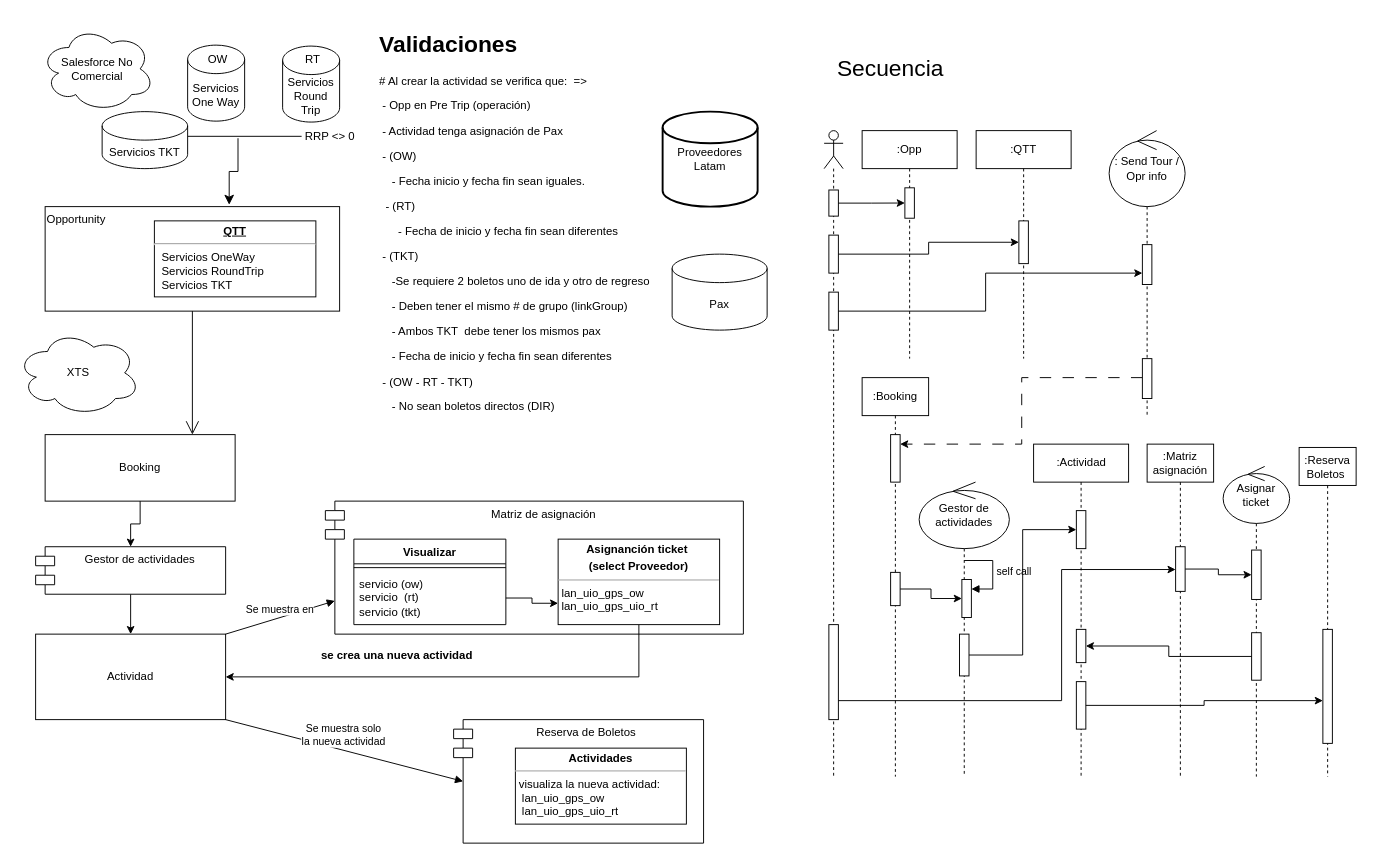
Before: OneWay - RoundTrip.drawio in TecladoZurdo/UML, a draw.io diagram. Source tidied: cells renumbered, new cells numbered last; positions are measured from the earlier drawing's top-left corner, leaving out a move shared by most shapes. Both pictures are drawn from the tidied source at 95%, with x=0, y=0 at pixel (16, 26).
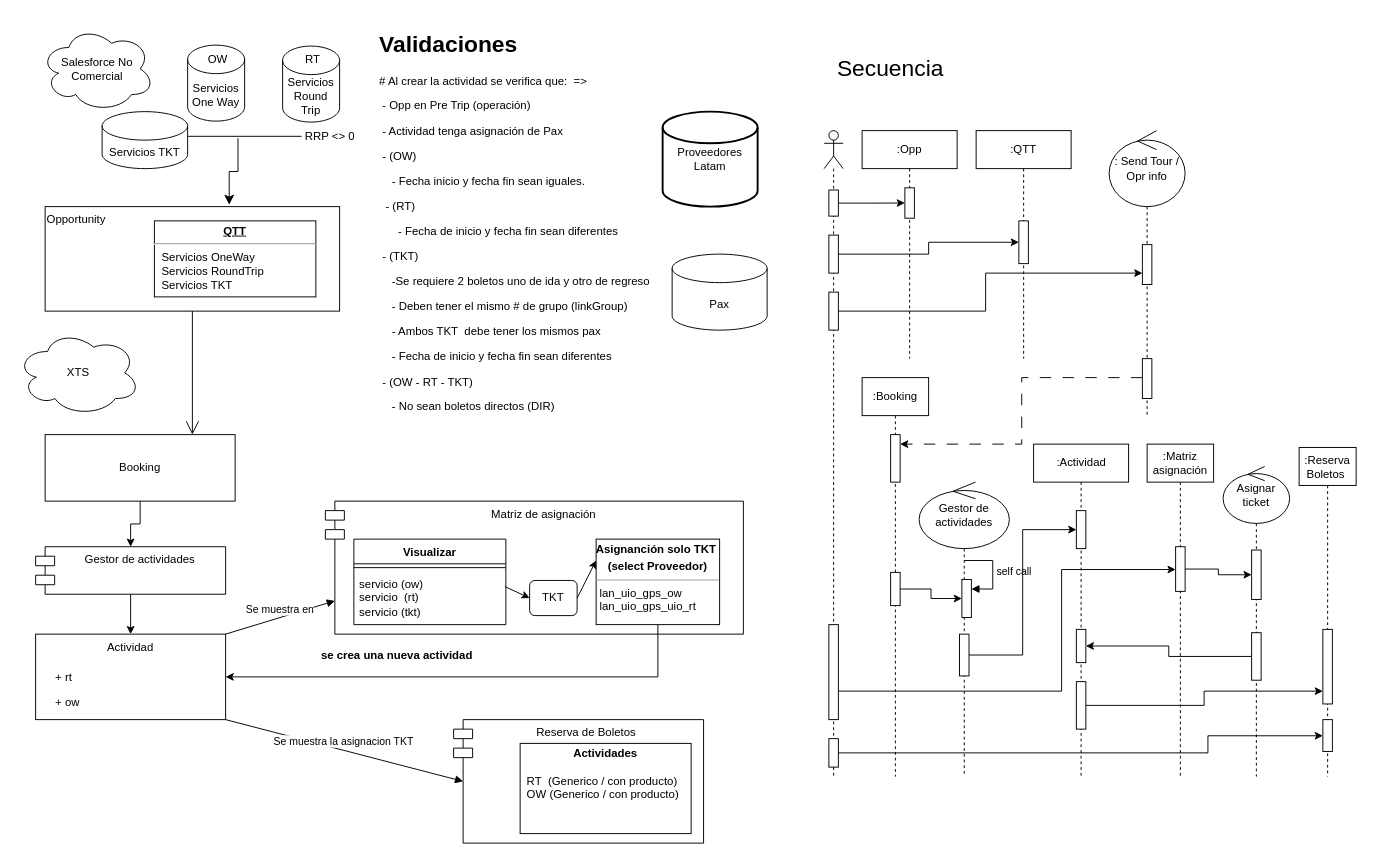
The same diagram, later.

The change refers to these unchanged cells:
```xml
<mxCell id="10" value="Reserva de Boletos&amp;nbsp;" style="shape=module;align=left;spacingLeft=20;align=center;verticalAlign=top;whiteSpace=wrap;html=1;" parent="1" vertex="1">
  <mxGeometry x="460" y="730" width="263.1" height="130" as="geometry" />
</mxCell>
<mxCell id="21" value="servicio (ow)&lt;br&gt;servicio&amp;nbsp; (rt)&lt;br&gt;servicio (tkt)" style="text;strokeColor=none;fillColor=none;align=left;verticalAlign=top;spacingLeft=4;spacingRight=4;overflow=hidden;points=[[0,0.5],[1,0.5]];portConstraint=eastwest;whiteSpace=wrap;html=1;" parent="19" vertex="1">
  <mxGeometry y="34" width="160" height="56" as="geometry" />
</mxCell>
<mxCell id="44" style="html=1;points=[[0,0,0,0,5],[0,1,0,0,-5],[1,0,0,0,5],[1,1,0,0,-5]];perimeter=orthogonalPerimeter;outlineConnect=0;targetShapes=umlLifeline;portConstraint=eastwest;newEdgeStyle={&quot;curved&quot;:0,&quot;rounded&quot;:0};" parent="40" vertex="1">
  <mxGeometry x="5" y="520" width="10" height="100" as="geometry" />
</mxCell>
<mxCell id="62" style="html=1;points=[[0,0,0,0,5],[0,1,0,0,-5],[1,0,0,0,5],[1,1,0,0,-5]];perimeter=orthogonalPerimeter;outlineConnect=0;targetShapes=umlLifeline;portConstraint=eastwest;newEdgeStyle={&quot;curved&quot;:0,&quot;rounded&quot;:0};" parent="59" vertex="1">
  <mxGeometry x="45" y="250" width="10" height="50" as="geometry" />
</mxCell>
<mxCell id="64" style="html=1;points=[[0,0,0,0,5],[0,1,0,0,-5],[1,0,0,0,5],[1,1,0,0,-5]];perimeter=orthogonalPerimeter;outlineConnect=0;targetShapes=umlLifeline;portConstraint=eastwest;newEdgeStyle={&quot;curved&quot;:0,&quot;rounded&quot;:0};" parent="63" vertex="1">
  <mxGeometry x="30" y="108" width="10" height="47" as="geometry" />
</mxCell>
<mxCell id="67" value=":Reserva Boletos&amp;nbsp;" style="shape=umlLifeline;perimeter=lifelinePerimeter;whiteSpace=wrap;html=1;newEdgeStyle={&quot;curved&quot;:0,&quot;rounded&quot;:0};" parent="1" vertex="1">
  <mxGeometry x="1350" y="443.5" width="60" height="346.5" as="geometry" />
</mxCell>
```

What changed in the source:
```diff
@@
-    <mxCell id="12" value="&lt;p style=&quot;margin:0px;margin-top:4px;text-align:center;&quot;&gt;&lt;b&gt;Actividades&lt;/b&gt;&lt;/p&gt;&lt;hr size=&quot;1&quot;&gt;&lt;p style=&quot;margin:0px;margin-left:4px;&quot;&gt;&lt;/p&gt;&lt;p style=&quot;margin:0px;margin-left:4px;&quot;&gt;visualiza la nueva actividad:&lt;/p&gt;&lt;p style=&quot;margin:0px;margin-left:4px;&quot;&gt;&amp;nbsp;lan_uio_gps_ow&amp;nbsp;&lt;/p&gt;&lt;p style=&quot;margin:0px;margin-left:4px;&quot;&gt;&amp;nbsp;lan_uio_gps_uio_rt&lt;/p&gt;" style="verticalAlign=top;align=left;overflow=fill;fontSize=12;fontFamily=Helvetica;html=1;whiteSpace=wrap;" parent="1" vertex="1">
-      <mxGeometry x="525" y="760" width="180" height="80" as="geometry" />
+    <mxCell id="12" value="&lt;p style=&quot;margin:0px;margin-top:4px;text-align:center;&quot;&gt;&lt;b&gt;Actividades&lt;/b&gt;&lt;/p&gt;&lt;p style=&quot;margin:0px;margin-left:4px;&quot;&gt;&lt;br&gt;&lt;/p&gt;&lt;p style=&quot;margin:0px;margin-left:4px;&quot;&gt;&amp;nbsp;RT&amp;nbsp; (Generico / con producto)&lt;/p&gt;&lt;p style=&quot;margin:0px;margin-left:4px;&quot;&gt;&amp;nbsp;OW (Generico / con producto)&lt;/p&gt;&lt;p style=&quot;margin:0px;margin-left:4px;&quot;&gt;&amp;nbsp;&lt;/p&gt;" style="verticalAlign=top;align=left;overflow=fill;fontSize=12;fontFamily=Helvetica;html=1;whiteSpace=wrap;" parent="1" vertex="1">
+      <mxGeometry x="530" y="755" width="180" height="95" as="geometry" />
     </mxCell>
@@
-    <mxCell id="14" value="&lt;p style=&quot;margin:0px;margin-top:4px;text-align:center;&quot;&gt;&lt;b&gt;Asignanción ticket&amp;nbsp;&lt;/b&gt;&lt;/p&gt;&lt;p style=&quot;margin:0px;margin-top:4px;text-align:center;&quot;&gt;&lt;b&gt;(select Proveedor)&lt;/b&gt;&lt;/p&gt;&lt;hr size=&quot;1&quot;&gt;&lt;p style=&quot;margin:0px;margin-left:4px;&quot;&gt;&lt;/p&gt;&lt;p style=&quot;margin:0px;margin-left:4px;&quot;&gt;lan_uio_gps_ow&lt;/p&gt;&lt;p style=&quot;margin:0px;margin-left:4px;&quot;&gt;&lt;span style=&quot;background-color: initial;&quot;&gt;lan_uio_gps_uio_rt&lt;/span&gt;&lt;/p&gt;&lt;p style=&quot;margin:0px;margin-left:4px;&quot;&gt;&amp;nbsp;&lt;/p&gt;" style="verticalAlign=top;align=left;overflow=fill;fontSize=12;fontFamily=Helvetica;html=1;whiteSpace=wrap;" parent="1" vertex="1">
-      <mxGeometry x="570" y="540" width="170" height="90" as="geometry" />
+    <mxCell id="14" value="&lt;p style=&quot;margin:0px;margin-top:4px;text-align:center;&quot;&gt;&lt;b&gt;Asignanción solo TKT&amp;nbsp;&lt;/b&gt;&lt;/p&gt;&lt;p style=&quot;margin:0px;margin-top:4px;text-align:center;&quot;&gt;&lt;b&gt;(select Proveedor)&lt;/b&gt;&lt;/p&gt;&lt;hr size=&quot;1&quot;&gt;&lt;p style=&quot;margin:0px;margin-left:4px;&quot;&gt;&lt;/p&gt;&lt;p style=&quot;margin:0px;margin-left:4px;&quot;&gt;lan_uio_gps_ow&lt;/p&gt;&lt;p style=&quot;margin:0px;margin-left:4px;&quot;&gt;&lt;span style=&quot;background-color: initial;&quot;&gt;lan_uio_gps_uio_rt&lt;/span&gt;&lt;/p&gt;&lt;p style=&quot;margin:0px;margin-left:4px;&quot;&gt;&amp;nbsp;&lt;/p&gt;" style="verticalAlign=top;align=left;overflow=fill;fontSize=12;fontFamily=Helvetica;html=1;whiteSpace=wrap;" parent="1" vertex="1">
+      <mxGeometry x="610" y="540" width="130" height="90" as="geometry" />
     </mxCell>
@@
-    <mxCell id="17" value="Actividad" style="html=1;whiteSpace=wrap;" parent="1" vertex="1">
+    <mxCell id="17" value="Actividad" style="html=1;whiteSpace=wrap;verticalAlign=top;" parent="1" vertex="1">
       <mxGeometry x="20" y="640" width="200" height="90" as="geometry" />
     </mxCell>
@@
-    <mxCell id="22" style="edgeStyle=orthogonalEdgeStyle;rounded=0;jettySize=auto;html=1;entryX=0;entryY=0.75;entryDx=0;entryDy=0;" parent="1" edge="1" source="21" target="14">
-      <mxGeometry relative="1" as="geometry" />
-    </mxCell>
@@
-    <mxCell id="26" value="Se muestra solo &lt;br&gt;la nueva actividad" style="html=1;verticalAlign=bottom;endArrow=block;curved=0;rounded=0;entryX=0;entryY=0.5;entryDx=10;entryDy=0;entryPerimeter=0;exitX=1;exitY=1;exitDx=0;exitDy=0;" parent="1" edge="1" source="17" target="10">
+    <mxCell id="26" value="Se muestra la asignacion TKT" style="html=1;verticalAlign=bottom;endArrow=block;curved=0;rounded=0;entryX=0;entryY=0.5;entryDx=10;entryDy=0;entryPerimeter=0;exitX=1;exitY=1;exitDx=0;exitDy=0;" parent="1" edge="1" source="17" target="10">
       <mxGeometry x="-0.01" relative="1" as="geometry" />
     </mxCell>
@@
     <mxCell id="68" style="html=1;points=[[0,0,0,0,5],[0,1,0,0,-5],[1,0,0,0,5],[1,1,0,0,-5]];perimeter=orthogonalPerimeter;outlineConnect=0;targetShapes=umlLifeline;portConstraint=eastwest;newEdgeStyle={&quot;curved&quot;:0,&quot;rounded&quot;:0};" parent="67" vertex="1">
-      <mxGeometry x="25" y="191.5" width="10" height="120" as="geometry" />
+      <mxGeometry x="25" y="191.5" width="10" height="78.5" as="geometry" />
     </mxCell>
+    <mxCell id="76" style="html=1;points=[[0,0,0,0,5],[0,1,0,0,-5],[1,0,0,0,5],[1,1,0,0,-5]];perimeter=orthogonalPerimeter;outlineConnect=0;targetShapes=umlLifeline;portConstraint=eastwest;newEdgeStyle={&quot;curved&quot;:0,&quot;rounded&quot;:0};" parent="67" vertex="1">
+      <mxGeometry x="25" y="286.5" width="10" height="33.5" as="geometry" />
+    </mxCell>
@@
     <mxCell id="74" style="edgeStyle=orthogonalEdgeStyle;rounded=0;jettySize=auto;html=1;curved=0;" parent="1" edge="1" source="62" target="68">
       <mxGeometry relative="1" as="geometry">
         <Array as="points">
           <mxPoint x="1250" y="715" />
-          <mxPoint x="1250" y="710" />
+          <mxPoint x="1250" y="700" />
         </Array>
       </mxGeometry>
     </mxCell>
     <mxCell id="75" style="edgeStyle=orthogonalEdgeStyle;rounded=0;jettySize=auto;html=1;curved=0;" parent="1" edge="1" source="44" target="64">
       <mxGeometry relative="1" as="geometry">
         <Array as="points">
-          <mxPoint x="1100" y="710" />
+          <mxPoint x="1100" y="700" />
           <mxPoint x="1100" y="572" />
         </Array>
       </mxGeometry>
     </mxCell>
+    <mxCell id="77" value="TKT" style="rounded=1;whiteSpace=wrap;html=1;" parent="1" vertex="1">
+      <mxGeometry x="540" y="583.5" width="50" height="37" as="geometry" />
+    </mxCell>
+    <mxCell id="78" style="endArrow=classic;html=1;rounded=0;exitX=0.994;exitY=0.286;exitDx=0;exitDy=0;exitPerimeter=0;entryX=0;entryY=0.5;entryDx=0;entryDy=0;" parent="1" edge="1" source="21" target="77">
+      <mxGeometry relative="1" as="geometry" />
+    </mxCell>
+    <mxCell id="79" style="endArrow=classic;html=1;rounded=0;exitX=1;exitY=0.5;exitDx=0;exitDy=0;entryX=0;entryY=0.25;entryDx=0;entryDy=0;" parent="1" edge="1" source="77" target="14">
+      <mxGeometry relative="1" as="geometry" />
+    </mxCell>
+    <mxCell id="80" value="+ rt" style="text;strokeColor=none;fillColor=none;align=left;verticalAlign=top;spacingLeft=4;spacingRight=4;overflow=hidden;whiteSpace=wrap;html=1;" parent="1" vertex="1">
+      <mxGeometry x="35" y="672" width="100" height="26" as="geometry" />
+    </mxCell>
+    <mxCell id="81" value="+ ow" style="text;strokeColor=none;fillColor=none;align=left;verticalAlign=top;spacingLeft=4;spacingRight=4;overflow=hidden;whiteSpace=wrap;html=1;" parent="1" vertex="1">
+      <mxGeometry x="35" y="698" width="100" height="26" as="geometry" />
+    </mxCell>
+    <mxCell id="82" style="html=1;points=[[0,0,0,0,5],[0,1,0,0,-5],[1,0,0,0,5],[1,1,0,0,-5]];perimeter=orthogonalPerimeter;outlineConnect=0;targetShapes=umlLifeline;portConstraint=eastwest;newEdgeStyle={&quot;curved&quot;:0,&quot;rounded&quot;:0};" parent="1" vertex="1">
+      <mxGeometry x="855" y="750" width="10" height="30" as="geometry" />
+    </mxCell>
+    <mxCell id="83" style="edgeStyle=orthogonalEdgeStyle;rounded=0;jettySize=auto;html=1;curved=0;" parent="1" edge="1" source="82" target="76">
+      <mxGeometry relative="1" as="geometry">
+        <Array as="points">
+          <mxPoint x="1254" y="765" />
+          <mxPoint x="1254" y="747" />
+        </Array>
+      </mxGeometry>
+    </mxCell>
```
